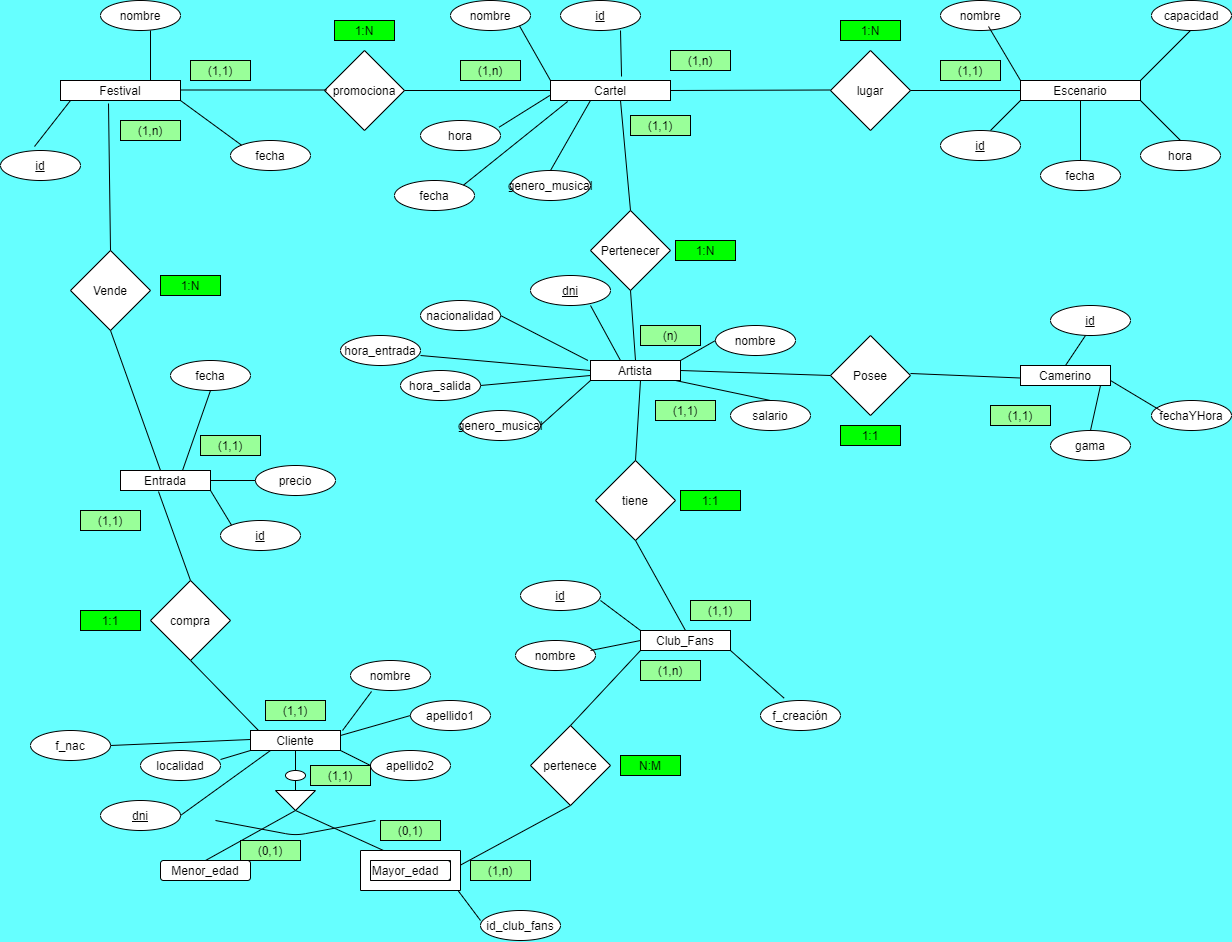
jmm-1999/QuevedoFest keeps this draw.io diagram as Images/DiagramaE-R.png. Above is the earlier version. Source tidied: cells renumbered, new cells last; positions are measured from the earlier drawing's top-left corner, leaving out a move shared by most shapes.
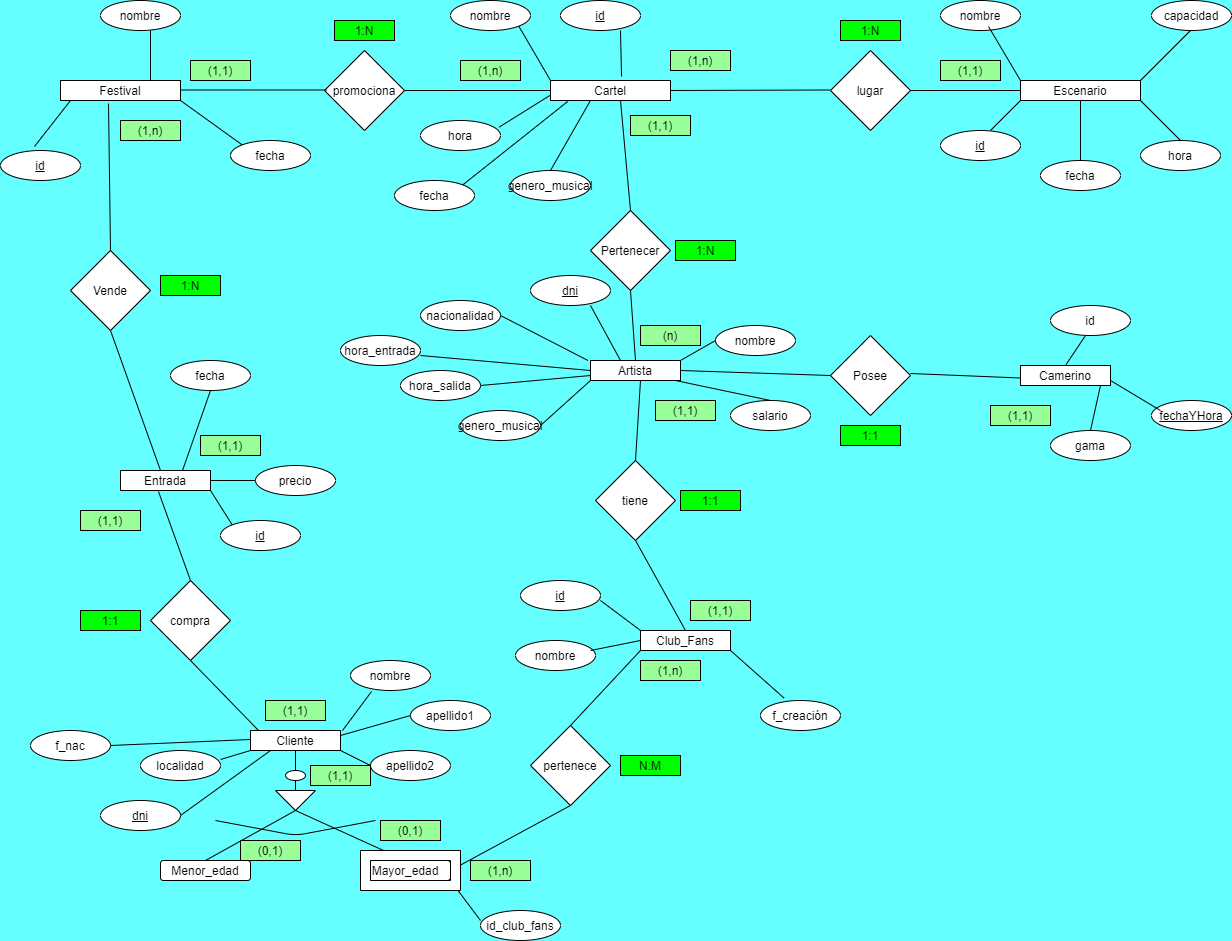
Later version of the same file.

Change to the diagram source:
```diff
@@ -369,7 +369,7 @@
         <mxPoint x="1020" y="377.5" as="targetPoint" />
       </mxGeometry>
     </mxCell>
-    <mxCell id="96" value="&lt;u&gt;id&lt;/u&gt;" style="ellipse;whiteSpace=wrap;html=1;" parent="1" vertex="1">
+    <mxCell id="96" value="id" style="ellipse;whiteSpace=wrap;html=1;" parent="1" vertex="1">
       <mxGeometry x="1050" y="305" width="80" height="30" as="geometry" />
     </mxCell>
     <mxCell id="97" value="gama" style="ellipse;whiteSpace=wrap;html=1;" parent="1" vertex="1">
@@ -441,7 +441,7 @@
     <mxCell id="117" value="(1,1)" style="rounded=0;whiteSpace=wrap;html=1;gradientColor=none;fillColor=#99FF99;" parent="1" vertex="1">
       <mxGeometry x="990" y="405" width="60" height="20" as="geometry" />
     </mxCell>
-    <mxCell id="118" value="fechaYHora" style="ellipse;whiteSpace=wrap;html=1;" parent="1" vertex="1">
+    <mxCell id="118" value="&lt;u&gt;fechaYHora&lt;/u&gt;" style="ellipse;whiteSpace=wrap;html=1;" parent="1" vertex="1">
       <mxGeometry x="1151" y="400" width="80" height="30" as="geometry" />
     </mxCell>
     <mxCell id="119" style="endArrow=none;html=1;exitX=1;exitY=0.75;exitDx=0;exitDy=0;" parent="1" edge="1" source="94">
```
